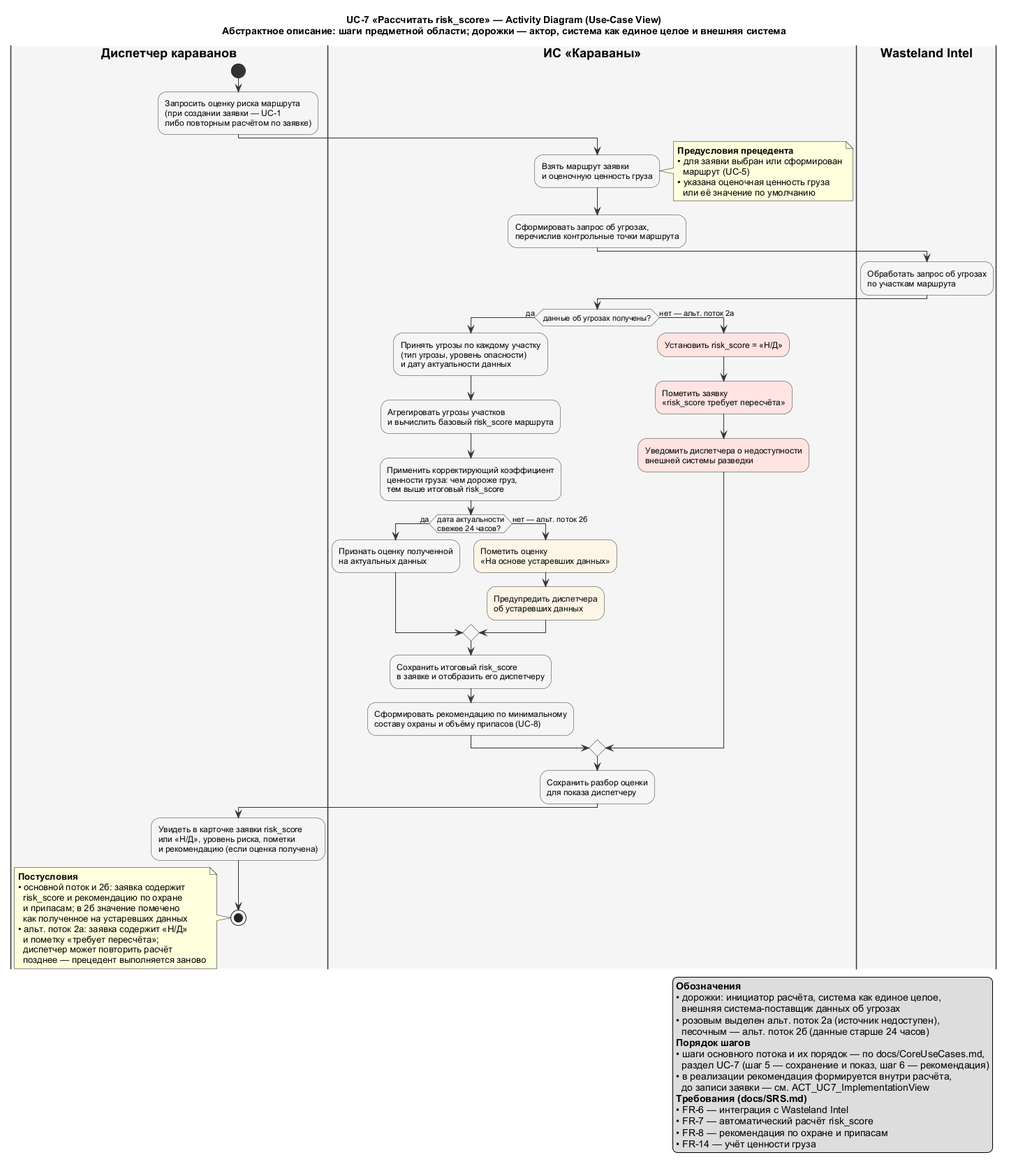
Above: docs/diagrams/out/ACT_UC7_UseCaseView.png in granikartem/MPI (PlantUML), before the change. The source it was exported from:
```plantuml
@startuml ACT_UC7_UseCaseView
skinparam shadowing false
skinparam defaultFontName Arial
skinparam ArrowColor #333333
skinparam activityBackgroundColor #F5F5F5
skinparam activityBorderColor #333333
skinparam activityDiamondBackgroundColor #F5F5F5
skinparam activityDiamondBorderColor #333333
skinparam activityStartColor #333333
skinparam activityEndColor #333333
skinparam activityBarColor #333333
skinparam swimlaneBorderColor #333333
skinparam swimlaneTitleFontStyle bold

title UC-7 «Рассчитать risk_score» — Activity Diagram (Use-Case View)\nАбстрактное описание: шаги предметной области; дорожки — актор, система как единое целое и внешняя система

|#F5F5F5|Диспетчер караванов|
start
:Запросить оценку риска маршрута\n(при создании заявки — UC-1\nлибо повторным расчётом по заявке);

|#F5F5F5|ИС «Караваны»|
:Взять маршрут заявки\nи оценочную ценность груза;
note right
  **Предусловия прецедента**
  • для заявки выбран или сформирован
    маршрут (UC-5)
  • указана оценочная ценность груза
    или её значение по умолчанию
end note
:Сформировать запрос об угрозах,\nперечислив контрольные точки маршрута;

|#F5F5F5|Wasteland Intel|
:Обработать запрос об угрозах\nпо участкам маршрута;

|ИС «Караваны»|
if (данные об угрозах получены?) then (да)
  :Принять угрозы по каждому участку\n(тип угрозы, уровень опасности)\nи дату актуальности данных;
  :Агрегировать угрозы участков\nи вычислить базовый risk_score маршрута;
  :Применить корректирующий коэффициент\nценности груза: чем дороже груз,\nтем выше итоговый risk_score;
  if (дата актуальности\nсвежее 24 часов?) then (да)
    :Признать оценку полученной\nна актуальных данных;
  else (нет — альт. поток 2б)
    :Пометить оценку\n«На основе устаревших данных»;<<#OldLace>>
    :Предупредить диспетчера\nоб устаревших данных;<<#OldLace>>
  endif
  :Сохранить итоговый risk_score\nв заявке и отобразить его диспетчеру;
  :Сформировать рекомендацию по минимальному\nсоставу охраны и объёму припасов (UC-8);
else (нет — альт. поток 2а)
  :Установить risk_score = «Н/Д»;<<#MistyRose>>
  :Пометить заявку\n«risk_score требует пересчёта»;<<#MistyRose>>
  :Уведомить диспетчера о недоступности\nвнешней системы разведки;<<#MistyRose>>
endif
:Сохранить разбор оценки\nдля показа диспетчеру;

|Диспетчер караванов|
:Увидеть в карточке заявки risk_score\nили «Н/Д», уровень риска, пометки\nи рекомендацию (если оценка получена);
stop

note left
  **Постусловия**
  • основной поток и 2б: заявка содержит
    risk_score и рекомендацию по охране
    и припасам; в 2б значение помечено
    как полученное на устаревших данных
  • альт. поток 2а: заявка содержит «Н/Д»
    и пометку «требует пересчёта»;
    диспетчер может повторить расчёт
    позднее — прецедент выполняется заново
end note

legend right
  **Обозначения**
  • дорожки: инициатор расчёта, система как единое целое,
    внешняя система-поставщик данных об угрозах
  • розовым выделен альт. поток 2а (источник недоступен),
    песочным — альт. поток 2б (данные старше 24 часов)
  **Порядок шагов**
  • шаги основного потока и их порядок — по docs/CoreUseCases.md,
    раздел UC-7 (шаг 5 — сохранение и показ, шаг 6 — рекомендация)
  • в реализации рекомендация формируется внутри расчёта,
    до записи заявки — см. ACT_UC7_ImplementationView
  **Требования (docs/SRS.md)**
  • FR-6 — интеграция с Wasteland Intel
  • FR-7 — автоматический расчёт risk_score
  • FR-8 — рекомендация по охране и припасам
  • FR-14 — учёт ценности груза
endlegend
@enduml
```
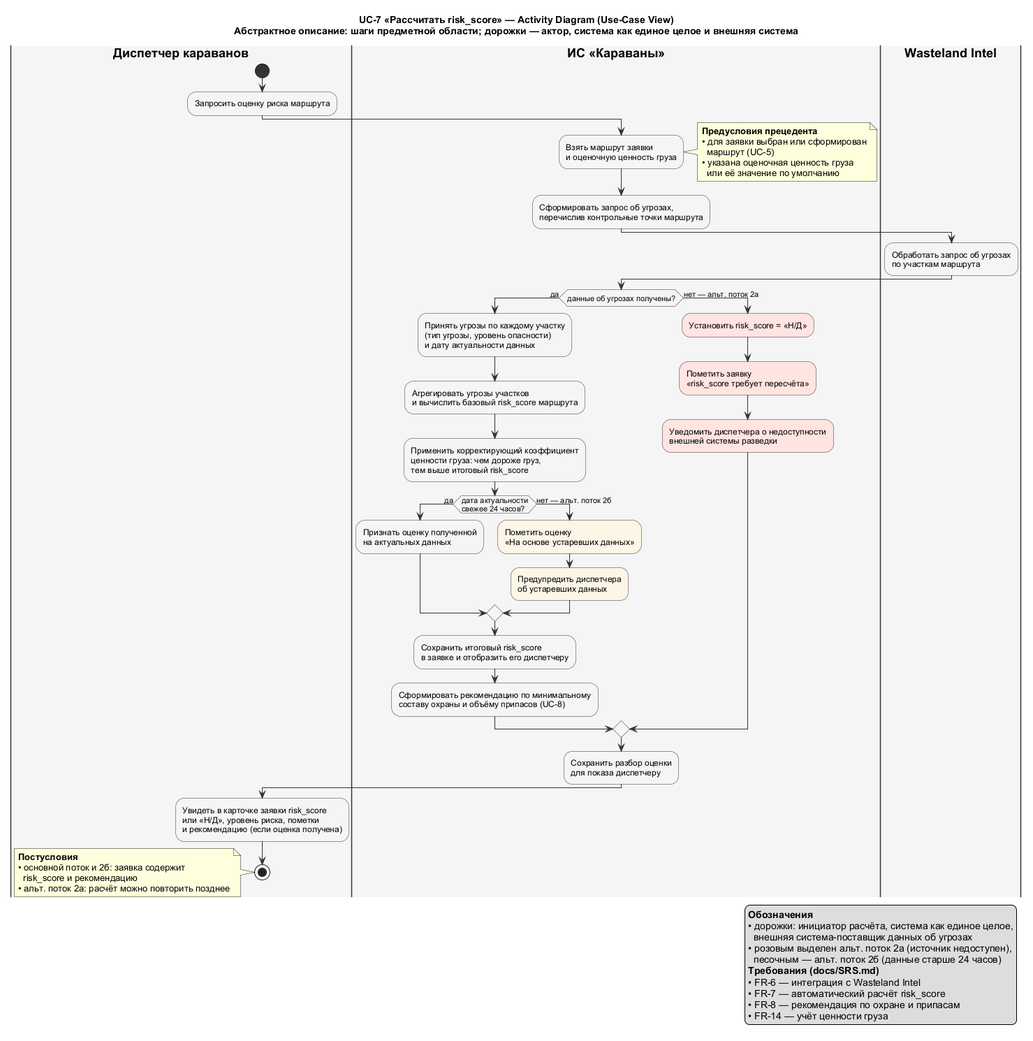
After the commit.

Diff of the diagram source:
```diff
@@ -16,7 +16,7 @@
 
 |#F5F5F5|Диспетчер караванов|
 start
-:Запросить оценку риска маршрута\n(при создании заявки — UC-1\nлибо повторным расчётом по заявке);
+:Запросить оценку риска маршрута;
 
 |#F5F5F5|ИС «Караваны»|
 :Взять маршрут заявки\nи оценочную ценность груза;
@@ -59,13 +59,8 @@
 note left
   **Постусловия**
   • основной поток и 2б: заявка содержит
-    risk_score и рекомендацию по охране
-    и припасам; в 2б значение помечено
-    как полученное на устаревших данных
-  • альт. поток 2а: заявка содержит «Н/Д»
-    и пометку «требует пересчёта»;
-    диспетчер может повторить расчёт
-    позднее — прецедент выполняется заново
+    risk_score и рекомендацию
+  • альт. поток 2а: расчёт можно повторить позднее
 end note
 
 legend right
@@ -74,11 +69,6 @@
     внешняя система-поставщик данных об угрозах
   • розовым выделен альт. поток 2а (источник недоступен),
     песочным — альт. поток 2б (данные старше 24 часов)
-  **Порядок шагов**
-  • шаги основного потока и их порядок — по docs/CoreUseCases.md,
-    раздел UC-7 (шаг 5 — сохранение и показ, шаг 6 — рекомендация)
-  • в реализации рекомендация формируется внутри расчёта,
-    до записи заявки — см. ACT_UC7_ImplementationView
   **Требования (docs/SRS.md)**
   • FR-6 — интеграция с Wasteland Intel
   • FR-7 — автоматический расчёт risk_score
```
